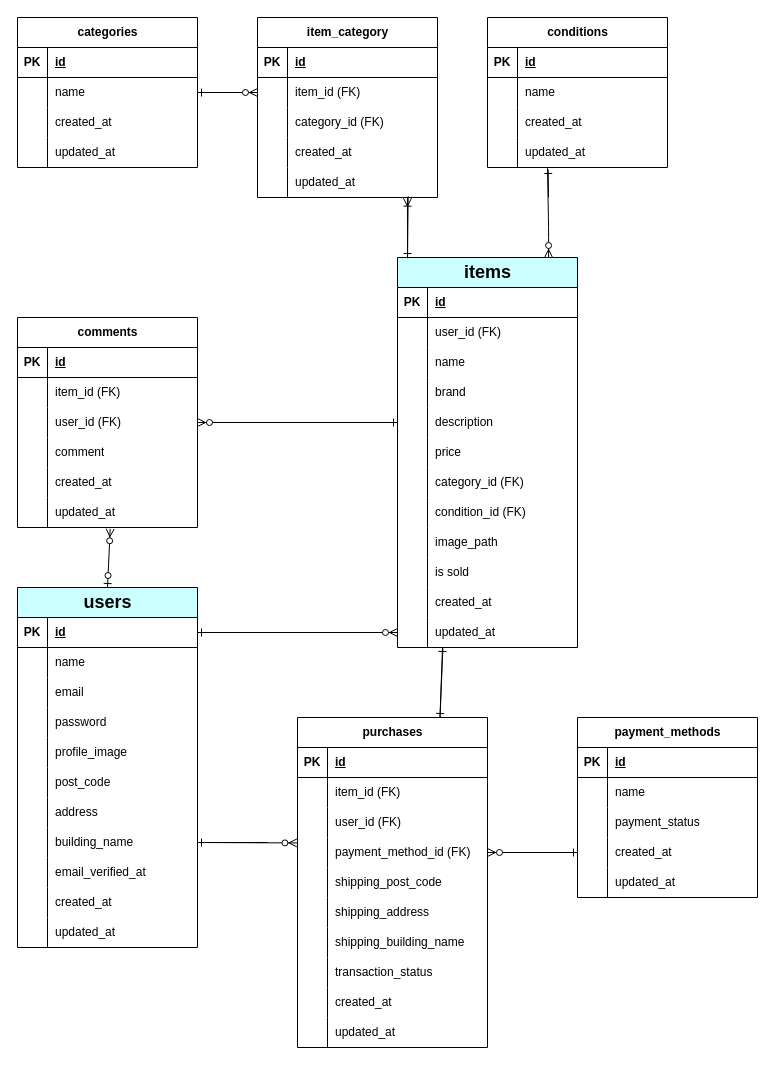
Above: er-diagram.drawio in hidama-rika/coachtech-pixel-market (draw.io), before the change. Source tidied: cells renumbered, new cells numbered last; positions are measured from the earlier drawing's top-left corner, leaving out a move shared by most shapes. Both pictures are drawn from the tidied source at 100%, with x=0, y=0 at pixel (17, 17).
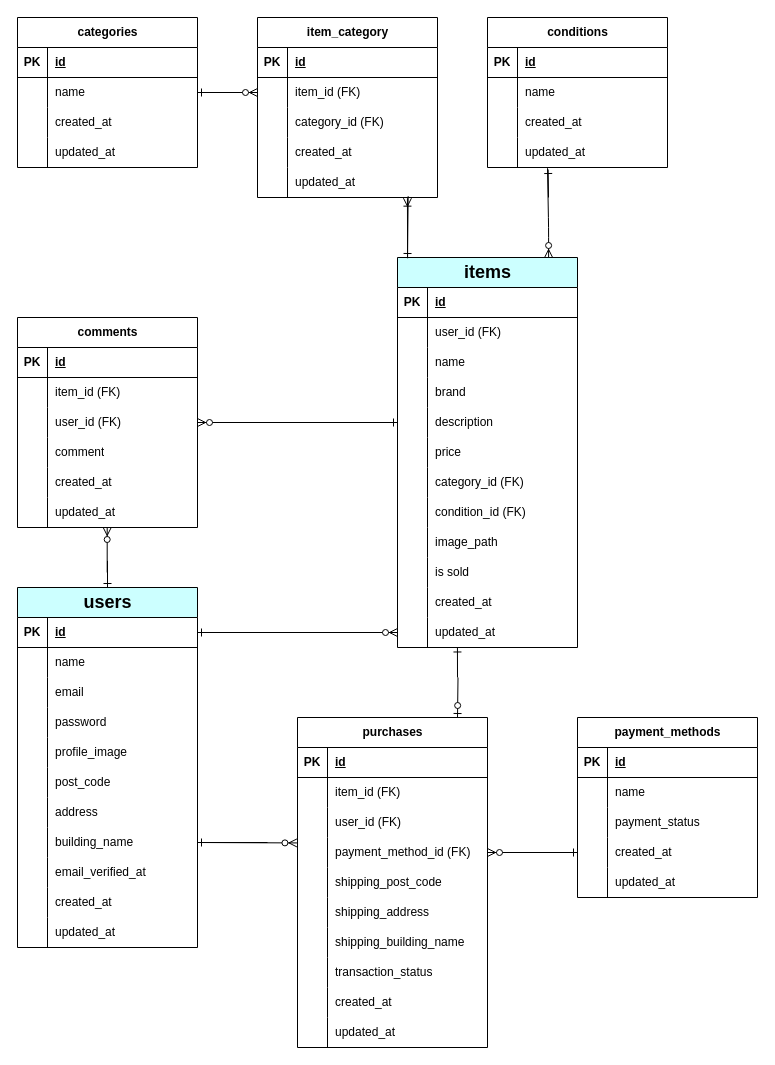
The same page after the edit.

Commit message (it also covers changes not shown here):
ER図.png初期完成版2

Unchanged cells that the change refers to:
```xml
<mxCell id="60" style="shape=tableRow;horizontal=0;startSize=0;swimlaneHead=0;swimlaneBody=0;fillColor=none;points=[[0,0.5],[1,0.5]];portConstraint=eastwest;top=0;left=0;right=0;bottom=0;" parent="44" vertex="1">
  <mxGeometry y="180" width="180" height="30" as="geometry" />
</mxCell>
<mxCell id="63" value="&lt;font style=&quot;font-size: 18px;&quot;&gt;users&lt;/font&gt;" style="shape=table;startSize=30;childLayout=tableLayout;rowLines=0;fontStyle=1;align=center;html=1;fillColor=#CCFFFF;" parent="1" vertex="1">
  <mxGeometry y="570" width="180" height="360" as="geometry" />
</mxCell>
<mxCell id="97" value="&lt;font style=&quot;font-size: 18px;&quot;&gt;items&lt;/font&gt;" style="shape=table;startSize=30;childLayout=tableLayout;rowLines=0;fontStyle=1;align=center;html=1;fillColor=#CCFFFF;" parent="1" vertex="1">
  <mxGeometry x="380" y="240" width="180" height="390" as="geometry" />
</mxCell>
<mxCell id="131" style="shape=tableRow;horizontal=0;startSize=0;swimlaneHead=0;swimlaneBody=0;fillColor=none;points=[[0,0.5],[1,0.5]];portConstraint=eastwest;top=0;left=0;right=0;bottom=0;" parent="97" vertex="1">
  <mxGeometry y="360" width="180" height="30" as="geometry" />
</mxCell>
<mxCell id="134" value="purchases" style="shape=table;startSize=30;childLayout=tableLayout;rowLines=0;fontStyle=1;align=center;html=1;" parent="1" vertex="1">
  <mxGeometry x="280" y="700" width="190" height="330" as="geometry" />
</mxCell>
```

Change to the diagram source:
```diff
@@
-    <mxCell id="181" style="fontSize=12;html=1;endArrow=ERzeroToMany;startArrow=ERzeroToOne;entryX=0.515;entryY=1.044;entryDx=0;entryDy=0;entryPerimeter=0;exitX=0.5;exitY=0;exitDx=0;exitDy=0;" parent="1" edge="1" source="63" target="60">
-      <mxGeometry relative="1" as="geometry" />
-    </mxCell>
-    <mxCell id="182" style="fontSize=12;html=1;endArrow=ERone;endFill=1;exitX=0.75;exitY=0;exitDx=0;exitDy=0;entryX=0.25;entryY=1;entryDx=0;entryDy=0;" parent="1" edge="1" source="134" target="97">
-      <mxGeometry relative="1" as="geometry" />
+    <mxCell id="182" style="fontSize=12;html=1;endArrow=ERone;endFill=1;entryX=0.333;entryY=1.016;entryDx=0;entryDy=0;entryPerimeter=0;" parent="1" edge="1" target="131">
+      <mxGeometry relative="1" as="geometry">
+        <mxPoint x="440" y="660" as="sourcePoint" />
+      </mxGeometry>
     </mxCell>
-    <mxCell id="183" style="fontSize=12;html=1;endArrow=ERone;endFill=1;entryX=0.75;entryY=0;entryDx=0;entryDy=0;exitX=0.252;exitY=1.022;exitDx=0;exitDy=0;exitPerimeter=0;" parent="1" edge="1" source="131" target="134">
-      <mxGeometry relative="1" as="geometry" />
-    </mxCell>
@@
+    <mxCell id="198" style="fontSize=12;html=1;endArrow=ERzeroToMany;endFill=1;" parent="1" edge="1">
+      <mxGeometry relative="1" as="geometry">
+        <mxPoint x="89.7" y="555" as="sourcePoint" />
+        <mxPoint x="89.7" y="510" as="targetPoint" />
+      </mxGeometry>
+    </mxCell>
+    <mxCell id="199" style="fontSize=12;html=1;endArrow=ERone;endFill=1;exitX=0.923;exitY=0.11;exitDx=0;exitDy=0;exitPerimeter=0;entryX=0.5;entryY=0;entryDx=0;entryDy=0;" parent="1" edge="1" target="63">
+      <mxGeometry relative="1" as="geometry">
+        <mxPoint x="90" y="543.3" as="sourcePoint" />
+      </mxGeometry>
+    </mxCell>
+    <mxCell id="200" style="fontSize=12;html=1;endArrow=ERzeroToOne;endFill=1;entryX=0.75;entryY=0;entryDx=0;entryDy=0;" parent="1" edge="1">
+      <mxGeometry relative="1" as="geometry">
+        <mxPoint x="440.5" y="660" as="sourcePoint" />
+        <mxPoint x="440" y="700" as="targetPoint" />
+      </mxGeometry>
+    </mxCell>
```
